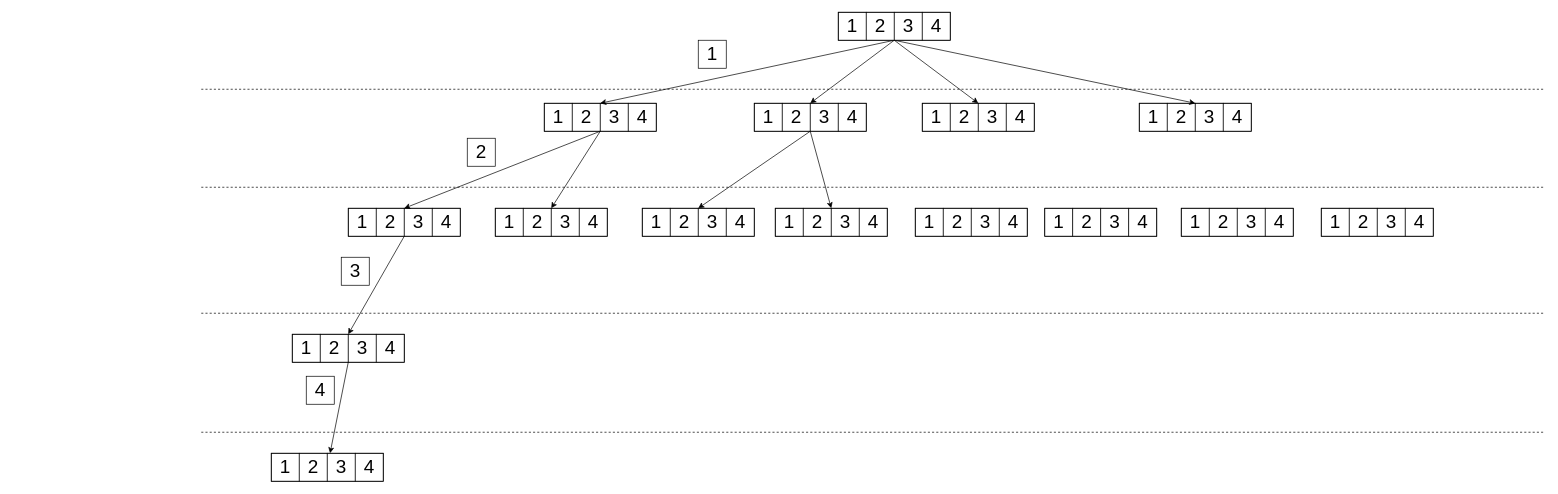
This is page "Solution_Space_Tree_Original" (4 of 4) of PCC_dynamic_selection.drawio from PQMeng/draw.io-source-files, a draw.io file, before an edit. Source tidied: cells renumbered, new cells numbered last; positions are measured from the earlier drawing's top-left corner, leaving out a move shared by most shapes. Both pictures are drawn from the tidied source at 70%, with x=0, y=0 at pixel (201, 12).
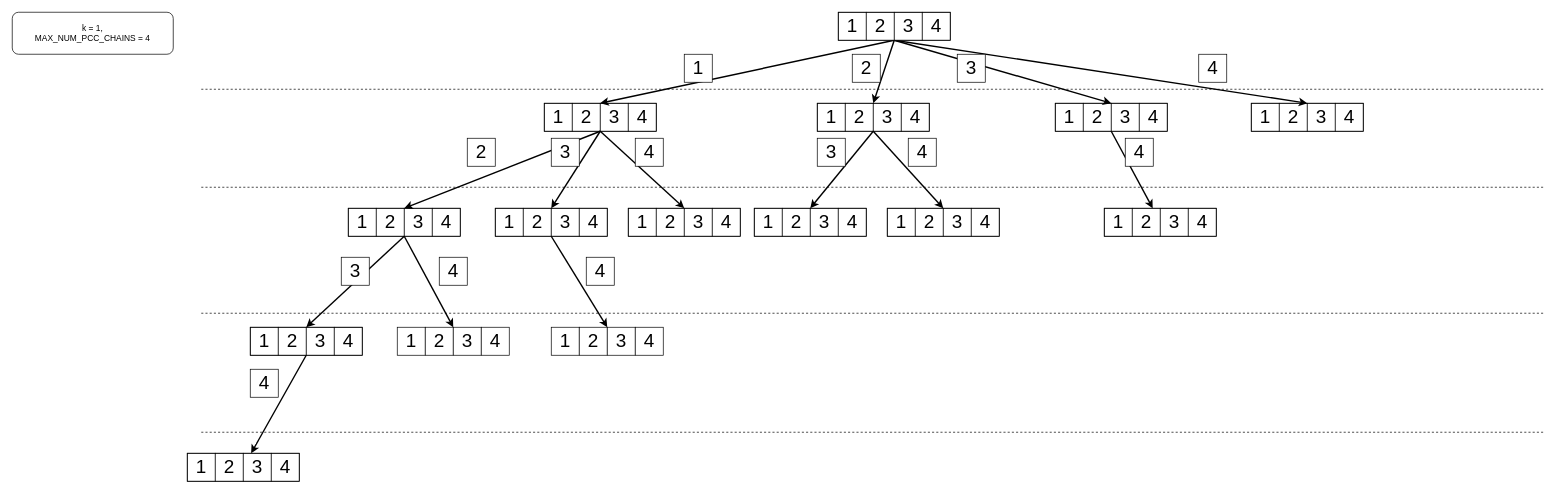
After the change.

The change refers to these unchanged cells:
```xml
<mxCell id="7" style="rounded=0;whiteSpace=wrap;html=1;fillColor=none;" parent="2" vertex="1">
  <mxGeometry width="160" height="40" as="geometry" />
</mxCell>
<mxCell id="13" style="rounded=0;whiteSpace=wrap;html=1;fillColor=none;" parent="8" vertex="1">
  <mxGeometry width="160" height="40" as="geometry" />
</mxCell>
<mxCell id="19" style="rounded=0;whiteSpace=wrap;html=1;fillColor=none;" parent="14" vertex="1">
  <mxGeometry width="160" height="40" as="geometry" />
</mxCell>
<mxCell id="31" style="rounded=0;whiteSpace=wrap;html=1;fillColor=none;" parent="26" vertex="1">
  <mxGeometry width="160" height="40" as="geometry" />
</mxCell>
<mxCell id="37" style="rounded=0;whiteSpace=wrap;html=1;fillColor=none;" parent="32" vertex="1">
  <mxGeometry width="160" height="40" as="geometry" />
</mxCell>
<mxCell id="43" style="rounded=0;whiteSpace=wrap;html=1;fillColor=none;" parent="38" vertex="1">
  <mxGeometry width="160" height="40" as="geometry" />
</mxCell>
<mxCell id="49" style="rounded=0;whiteSpace=wrap;html=1;fillColor=none;" parent="44" vertex="1">
  <mxGeometry width="160" height="40" as="geometry" />
</mxCell>
<mxCell id="55" style="rounded=0;whiteSpace=wrap;html=1;fillColor=none;" parent="50" vertex="1">
  <mxGeometry width="160" height="40" as="geometry" />
</mxCell>
<mxCell id="61" style="rounded=0;whiteSpace=wrap;html=1;fillColor=none;" parent="56" vertex="1">
  <mxGeometry width="160" height="40" as="geometry" />
</mxCell>
<mxCell id="73" style="rounded=0;whiteSpace=wrap;html=1;fillColor=none;" parent="68" vertex="1">
  <mxGeometry width="160" height="40" as="geometry" />
</mxCell>
<mxCell id="94" style="rounded=0;whiteSpace=wrap;html=1;fillColor=none;" parent="1" vertex="1">
  <mxGeometry x="910" width="160" height="40" as="geometry" />
</mxCell>
<mxCell id="105" style="rounded=0;whiteSpace=wrap;html=1;fillColor=none;" parent="100" vertex="1">
  <mxGeometry width="160" height="40" as="geometry" />
</mxCell>
```

The edit, as a diff of the source:
```diff
@@
     <mxCell id="8" style="group;" parent="1" vertex="1">
-      <mxGeometry x="1340" y="130" width="160" height="40" as="geometry" />
+      <mxGeometry x="1500" y="130" width="160" height="40" as="geometry" />
     </mxCell>
@@
     <mxCell id="14" style="group;" parent="1" vertex="1">
-      <mxGeometry x="790" y="130" width="160" height="40" as="geometry" />
+      <mxGeometry x="880" y="130" width="160" height="40" as="geometry" />
     </mxCell>
@@
-    <mxCell id="20" style="group;" parent="1" vertex="1">
-      <mxGeometry x="1600" y="280" width="160" height="40" as="geometry" />
-    </mxCell>
-    <mxCell id="21" value="1" style="whiteSpace=wrap;html=1;fontSize=27;" parent="20" vertex="1">
-      <mxGeometry width="40" height="40" as="geometry" />
-    </mxCell>
-    <mxCell id="22" value="2" style="whiteSpace=wrap;html=1;fontSize=27;" parent="20" vertex="1">
-      <mxGeometry x="40" width="40" height="40" as="geometry" />
-    </mxCell>
-    <mxCell id="23" value="3" style="whiteSpace=wrap;html=1;fontSize=27;" parent="20" vertex="1">
-      <mxGeometry x="80" width="40" height="40" as="geometry" />
-    </mxCell>
-    <mxCell id="24" value="4" style="whiteSpace=wrap;html=1;fontSize=27;" parent="20" vertex="1">
-      <mxGeometry x="120" width="40" height="40" as="geometry" />
-    </mxCell>
-    <mxCell id="25" style="rounded=0;whiteSpace=wrap;html=1;fillColor=none;" parent="20" vertex="1">
-      <mxGeometry width="160" height="40" as="geometry" />
-    </mxCell>
@@
     <mxCell id="38" style="group;" parent="1" vertex="1">
-      <mxGeometry x="130" y="460" width="160" height="40" as="geometry" />
+      <mxGeometry x="70" y="450" width="160" height="40" as="geometry" />
     </mxCell>
@@
     <mxCell id="44" style="group;" parent="1" vertex="1">
-      <mxGeometry x="820" y="280" width="160" height="40" as="geometry" />
+      <mxGeometry x="980" y="280" width="160" height="40" as="geometry" />
     </mxCell>
@@
     <mxCell id="50" style="group;" parent="1" vertex="1">
-      <mxGeometry x="630" y="280" width="160" height="40" as="geometry" />
+      <mxGeometry x="790" y="280" width="160" height="40" as="geometry" />
     </mxCell>
@@
     <mxCell id="56" style="group;" parent="1" vertex="1">
-      <mxGeometry x="1020" y="280" width="160" height="40" as="geometry" />
+      <mxGeometry x="1290" y="280" width="160" height="40" as="geometry" />
     </mxCell>
@@
-    <mxCell id="62" style="group;" parent="1" vertex="1">
-      <mxGeometry x="1205" y="280" width="160" height="40" as="geometry" />
-    </mxCell>
-    <mxCell id="63" value="1" style="whiteSpace=wrap;html=1;fontSize=27;" parent="62" vertex="1">
-      <mxGeometry width="40" height="40" as="geometry" />
-    </mxCell>
-    <mxCell id="64" value="2" style="whiteSpace=wrap;html=1;fontSize=27;" parent="62" vertex="1">
-      <mxGeometry x="40" width="40" height="40" as="geometry" />
-    </mxCell>
-    <mxCell id="65" value="3" style="whiteSpace=wrap;html=1;fontSize=27;" parent="62" vertex="1">
-      <mxGeometry x="80" width="40" height="40" as="geometry" />
-    </mxCell>
-    <mxCell id="66" value="4" style="whiteSpace=wrap;html=1;fontSize=27;" parent="62" vertex="1">
-      <mxGeometry x="120" width="40" height="40" as="geometry" />
-    </mxCell>
-    <mxCell id="67" style="rounded=0;whiteSpace=wrap;html=1;fillColor=none;" parent="62" vertex="1">
-      <mxGeometry width="160" height="40" as="geometry" />
-    </mxCell>
     <mxCell id="68" style="group;" parent="1" vertex="1">
-      <mxGeometry x="1030" y="130" width="160" height="40" as="geometry" />
+      <mxGeometry x="1220" y="130" width="160" height="40" as="geometry" />
     </mxCell>
@@
-    <mxCell id="74" style="group;" parent="1" vertex="1">
-      <mxGeometry x="1400" y="280" width="160" height="40" as="geometry" />
-    </mxCell>
-    <mxCell id="75" value="1" style="whiteSpace=wrap;html=1;fontSize=27;" parent="74" vertex="1">
-      <mxGeometry width="40" height="40" as="geometry" />
-    </mxCell>
-    <mxCell id="76" value="2" style="whiteSpace=wrap;html=1;fontSize=27;" parent="74" vertex="1">
-      <mxGeometry x="40" width="40" height="40" as="geometry" />
-    </mxCell>
-    <mxCell id="77" value="3" style="whiteSpace=wrap;html=1;fontSize=27;" parent="74" vertex="1">
-      <mxGeometry x="80" width="40" height="40" as="geometry" />
-    </mxCell>
-    <mxCell id="78" value="4" style="whiteSpace=wrap;html=1;fontSize=27;" parent="74" vertex="1">
-      <mxGeometry x="120" width="40" height="40" as="geometry" />
-    </mxCell>
-    <mxCell id="79" style="rounded=0;whiteSpace=wrap;html=1;fillColor=none;" parent="74" vertex="1">
-      <mxGeometry width="160" height="40" as="geometry" />
-    </mxCell>
-    <mxCell id="80" style="edgeStyle=none;rounded=0;jettySize=auto;html=1;exitX=0.5;exitY=1;exitDx=0;exitDy=0;entryX=0.5;entryY=0;entryDx=0;entryDy=0;" parent="1" edge="1" source="94" target="7">
+    <mxCell id="80" style="edgeStyle=none;rounded=0;jettySize=auto;html=1;exitX=0.5;exitY=1;exitDx=0;exitDy=0;entryX=0.5;entryY=0;entryDx=0;entryDy=0;fontSize=11;strokeWidth=2;" parent="1" edge="1" source="94" target="7">
       <mxGeometry relative="1" as="geometry" />
     </mxCell>
-    <mxCell id="81" style="edgeStyle=none;rounded=0;jettySize=auto;html=1;exitX=0.5;exitY=1;exitDx=0;exitDy=0;entryX=0.5;entryY=0;entryDx=0;entryDy=0;" parent="1" edge="1" source="94" target="19">
+    <mxCell id="81" style="edgeStyle=none;rounded=0;jettySize=auto;html=1;exitX=0.5;exitY=1;exitDx=0;exitDy=0;entryX=0.5;entryY=0;entryDx=0;entryDy=0;fontSize=11;strokeWidth=2;" parent="1" edge="1" source="94" target="19">
       <mxGeometry relative="1" as="geometry" />
     </mxCell>
-    <mxCell id="82" style="edgeStyle=none;rounded=0;jettySize=auto;html=1;exitX=0.5;exitY=1;exitDx=0;exitDy=0;entryX=0.5;entryY=0;entryDx=0;entryDy=0;" parent="1" edge="1" source="94" target="73">
+    <mxCell id="82" style="edgeStyle=none;rounded=0;jettySize=auto;html=1;exitX=0.5;exitY=1;exitDx=0;exitDy=0;entryX=0.5;entryY=0;entryDx=0;entryDy=0;fontSize=11;strokeWidth=2;" parent="1" edge="1" source="94" target="73">
       <mxGeometry relative="1" as="geometry" />
     </mxCell>
-    <mxCell id="83" style="edgeStyle=none;rounded=0;jettySize=auto;html=1;exitX=0.5;exitY=1;exitDx=0;exitDy=0;entryX=0.5;entryY=0;entryDx=0;entryDy=0;" parent="1" edge="1" source="94" target="13">
+    <mxCell id="83" style="edgeStyle=none;rounded=0;jettySize=auto;html=1;exitX=0.5;exitY=1;exitDx=0;exitDy=0;entryX=0.5;entryY=0;entryDx=0;entryDy=0;fontSize=11;strokeWidth=2;" parent="1" edge="1" source="94" target="13">
       <mxGeometry relative="1" as="geometry" />
     </mxCell>
-    <mxCell id="84" style="edgeStyle=none;rounded=0;jettySize=auto;html=1;exitX=0.5;exitY=1;exitDx=0;exitDy=0;entryX=0.5;entryY=0;entryDx=0;entryDy=0;" parent="1" edge="1" source="7" target="31">
+    <mxCell id="84" style="edgeStyle=none;rounded=0;jettySize=auto;html=1;exitX=0.5;exitY=1;exitDx=0;exitDy=0;entryX=0.5;entryY=0;entryDx=0;entryDy=0;fontSize=11;strokeWidth=2;" parent="1" edge="1" source="7" target="31">
       <mxGeometry relative="1" as="geometry" />
     </mxCell>
-    <mxCell id="85" style="edgeStyle=none;rounded=0;jettySize=auto;html=1;exitX=0.5;exitY=1;exitDx=0;exitDy=0;entryX=0.5;entryY=0;entryDx=0;entryDy=0;" parent="1" edge="1" source="7" target="37">
+    <mxCell id="85" style="edgeStyle=none;rounded=0;jettySize=auto;html=1;exitX=0.5;exitY=1;exitDx=0;exitDy=0;entryX=0.5;entryY=0;entryDx=0;entryDy=0;fontSize=11;strokeWidth=2;" parent="1" edge="1" source="7" target="37">
       <mxGeometry relative="1" as="geometry" />
     </mxCell>
-    <mxCell id="86" style="edgeStyle=none;rounded=0;jettySize=auto;html=1;exitX=0.5;exitY=1;exitDx=0;exitDy=0;entryX=0.5;entryY=0;entryDx=0;entryDy=0;" parent="1" edge="1" source="19" target="55">
+    <mxCell id="86" style="edgeStyle=none;rounded=0;jettySize=auto;html=1;exitX=0.5;exitY=1;exitDx=0;exitDy=0;entryX=0.5;entryY=0;entryDx=0;entryDy=0;fontSize=11;strokeWidth=2;" parent="1" edge="1" source="19" target="55">
       <mxGeometry relative="1" as="geometry" />
     </mxCell>
-    <mxCell id="87" style="edgeStyle=none;rounded=0;jettySize=auto;html=1;exitX=0.5;exitY=1;exitDx=0;exitDy=0;entryX=0.5;entryY=0;entryDx=0;entryDy=0;" parent="1" edge="1" source="19" target="49">
+    <mxCell id="87" style="edgeStyle=none;rounded=0;jettySize=auto;html=1;exitX=0.5;exitY=1;exitDx=0;exitDy=0;entryX=0.5;entryY=0;entryDx=0;entryDy=0;fontSize=11;strokeWidth=2;" parent="1" edge="1" source="19" target="49">
       <mxGeometry relative="1" as="geometry" />
     </mxCell>
-    <mxCell id="88" style="edgeStyle=none;rounded=0;jettySize=auto;html=1;exitX=0.5;exitY=1;exitDx=0;exitDy=0;entryX=0.5;entryY=0;entryDx=0;entryDy=0;" parent="1" edge="1" source="31" target="43">
+    <mxCell id="88" style="edgeStyle=none;rounded=0;jettySize=auto;html=1;exitX=0.5;exitY=1;exitDx=0;exitDy=0;entryX=0.5;entryY=0;entryDx=0;entryDy=0;fontSize=11;strokeWidth=2;" parent="1" edge="1" source="31" target="43">
       <mxGeometry relative="1" as="geometry" />
     </mxCell>
@@
     <mxCell id="95" value="1" style="whiteSpace=wrap;html=1;strokeWidth=1;fontSize=27;" parent="1" vertex="1">
-      <mxGeometry x="710" y="40" width="40" height="40" as="geometry" />
+      <mxGeometry x="690" y="60" width="40" height="40" as="geometry" />
     </mxCell>
@@
     <mxCell id="100" style="group;" parent="1" vertex="1">
-      <mxGeometry x="100" y="630" width="160" height="40" as="geometry" />
+      <mxGeometry x="-20" y="630" width="160" height="40" as="geometry" />
     </mxCell>
@@
-    <mxCell id="106" style="edgeStyle=none;rounded=0;jettySize=auto;html=1;exitX=0.5;exitY=1;exitDx=0;exitDy=0;" parent="1" edge="1" source="43" target="105">
+    <mxCell id="106" style="edgeStyle=none;rounded=0;jettySize=auto;html=1;exitX=0.5;exitY=1;exitDx=0;exitDy=0;fontSize=11;strokeWidth=2;" parent="1" edge="1" source="43" target="105">
       <mxGeometry relative="1" as="geometry" />
     </mxCell>
     <mxCell id="107" value="4" style="whiteSpace=wrap;html=1;strokeWidth=1;fontSize=27;" parent="1" vertex="1">
-      <mxGeometry x="150" y="520" width="40" height="40" as="geometry" />
+      <mxGeometry x="70" y="510" width="40" height="40" as="geometry" />
     </mxCell>
@@
+    <mxCell id="109" value="&lt;div&gt;k = 1,&lt;/div&gt;&lt;div&gt;MAX_NUM_PCC_CHAINS = 4&lt;br&gt;&lt;/div&gt;" style="rounded=1;whiteSpace=wrap;html=1;" parent="1" vertex="1">
+      <mxGeometry x="-270" width="230" height="60" as="geometry" />
+    </mxCell>
+    <mxCell id="110" value="3" style="whiteSpace=wrap;html=1;strokeWidth=1;fontSize=27;" parent="1" vertex="1">
+      <mxGeometry x="500" y="180" width="40" height="40" as="geometry" />
+    </mxCell>
+    <mxCell id="111" value="2" style="whiteSpace=wrap;html=1;strokeWidth=1;fontSize=27;" parent="1" vertex="1">
+      <mxGeometry x="930" y="60" width="40" height="40" as="geometry" />
+    </mxCell>
+    <mxCell id="112" value="3" style="whiteSpace=wrap;html=1;strokeWidth=1;fontSize=27;" parent="1" vertex="1">
+      <mxGeometry x="1080" y="60" width="40" height="40" as="geometry" />
+    </mxCell>
+    <mxCell id="113" value="4" style="whiteSpace=wrap;html=1;strokeWidth=1;fontSize=27;" parent="1" vertex="1">
+      <mxGeometry x="1425" y="60" width="40" height="40" as="geometry" />
+    </mxCell>
+    <mxCell id="114" value="3" style="whiteSpace=wrap;html=1;strokeWidth=1;fontSize=27;" parent="1" vertex="1">
+      <mxGeometry x="880" y="180" width="40" height="40" as="geometry" />
+    </mxCell>
+    <mxCell id="115" value="4" style="whiteSpace=wrap;html=1;strokeWidth=1;fontSize=27;" parent="1" vertex="1">
+      <mxGeometry x="1010" y="180" width="40" height="40" as="geometry" />
+    </mxCell>
+    <mxCell id="116" style="edgeStyle=none;rounded=0;jettySize=auto;html=1;exitX=0.5;exitY=1;exitDx=0;exitDy=0;fontSize=11;strokeWidth=2;" parent="1" edge="1" source="73" target="61">
+      <mxGeometry relative="1" as="geometry" />
+    </mxCell>
+    <mxCell id="117" value="4" style="whiteSpace=wrap;html=1;strokeWidth=1;fontSize=27;" parent="1" vertex="1">
+      <mxGeometry x="1320" y="180" width="40" height="40" as="geometry" />
+    </mxCell>
+    <mxCell id="118" value="4" style="whiteSpace=wrap;html=1;strokeWidth=1;fontSize=27;" parent="1" vertex="1">
+      <mxGeometry x="550" y="350" width="40" height="40" as="geometry" />
+    </mxCell>
+    <mxCell id="119" style="group;" parent="1" vertex="1">
+      <mxGeometry x="280" y="450" width="160" height="40" as="geometry" />
+    </mxCell>
+    <mxCell id="120" value="1" style="whiteSpace=wrap;html=1;fontSize=27;" parent="119" vertex="1">
+      <mxGeometry width="40" height="40" as="geometry" />
+    </mxCell>
+    <mxCell id="121" value="2" style="whiteSpace=wrap;html=1;fontSize=27;" parent="119" vertex="1">
+      <mxGeometry x="40" width="40" height="40" as="geometry" />
+    </mxCell>
+    <mxCell id="122" style="edgeStyle=none;rounded=0;jettySize=auto;html=1;exitX=0;exitY=0.5;exitDx=0;exitDy=0;" parent="119" edge="1" source="123" target="121">
+      <mxGeometry relative="1" as="geometry" />
+    </mxCell>
+    <mxCell id="123" value="3" style="whiteSpace=wrap;html=1;fontSize=27;" parent="119" vertex="1">
+      <mxGeometry x="80" width="40" height="40" as="geometry" />
+    </mxCell>
+    <mxCell id="124" value="4" style="whiteSpace=wrap;html=1;fontSize=27;" parent="119" vertex="1">
+      <mxGeometry x="120" width="40" height="40" as="geometry" />
+    </mxCell>
+    <mxCell id="125" style="edgeStyle=none;rounded=0;jettySize=auto;html=1;exitX=0.5;exitY=1;exitDx=0;exitDy=0;entryX=1;entryY=0;entryDx=0;entryDy=0;fontSize=11;strokeWidth=2;" parent="1" edge="1" source="31" target="121">
+      <mxGeometry relative="1" as="geometry" />
+    </mxCell>
+    <mxCell id="126" value="4" style="whiteSpace=wrap;html=1;strokeWidth=1;fontSize=27;" parent="1" vertex="1">
+      <mxGeometry x="340" y="350" width="40" height="40" as="geometry" />
+    </mxCell>
+    <mxCell id="127" style="group;" parent="1" vertex="1">
+      <mxGeometry x="500" y="450" width="160" height="40" as="geometry" />
+    </mxCell>
+    <mxCell id="128" value="1" style="whiteSpace=wrap;html=1;fontSize=27;" parent="127" vertex="1">
+      <mxGeometry width="40" height="40" as="geometry" />
+    </mxCell>
+    <mxCell id="129" value="2" style="whiteSpace=wrap;html=1;fontSize=27;" parent="127" vertex="1">
+      <mxGeometry x="40" width="40" height="40" as="geometry" />
+    </mxCell>
+    <mxCell id="130" style="edgeStyle=none;rounded=0;jettySize=auto;html=1;exitX=0;exitY=0.5;exitDx=0;exitDy=0;" parent="127" edge="1" source="131" target="129">
+      <mxGeometry relative="1" as="geometry" />
+    </mxCell>
+    <mxCell id="131" value="3" style="whiteSpace=wrap;html=1;fontSize=27;" parent="127" vertex="1">
+      <mxGeometry x="80" width="40" height="40" as="geometry" />
+    </mxCell>
+    <mxCell id="132" value="4" style="whiteSpace=wrap;html=1;fontSize=27;" parent="127" vertex="1">
+      <mxGeometry x="120" width="40" height="40" as="geometry" />
+    </mxCell>
+    <mxCell id="133" style="edgeStyle=none;rounded=0;jettySize=auto;html=1;exitX=0.5;exitY=1;exitDx=0;exitDy=0;entryX=0;entryY=0;entryDx=0;entryDy=0;fontSize=11;strokeWidth=2;" parent="1" edge="1" source="37" target="131">
+      <mxGeometry relative="1" as="geometry" />
+    </mxCell>
+    <mxCell id="134" style="group;" parent="1" vertex="1">
+      <mxGeometry x="610" y="280" width="160" height="40" as="geometry" />
+    </mxCell>
+    <mxCell id="135" value="1" style="whiteSpace=wrap;html=1;fontSize=27;" parent="134" vertex="1">
+      <mxGeometry width="40" height="40" as="geometry" />
+    </mxCell>
+    <mxCell id="136" value="2" style="whiteSpace=wrap;html=1;fontSize=27;" parent="134" vertex="1">
+      <mxGeometry x="40" width="40" height="40" as="geometry" />
+    </mxCell>
+    <mxCell id="137" value="3" style="whiteSpace=wrap;html=1;fontSize=27;" parent="134" vertex="1">
+      <mxGeometry x="80" width="40" height="40" as="geometry" />
+    </mxCell>
+    <mxCell id="138" value="4" style="whiteSpace=wrap;html=1;fontSize=27;" parent="134" vertex="1">
+      <mxGeometry x="120" width="40" height="40" as="geometry" />
+    </mxCell>
+    <mxCell id="139" style="rounded=0;whiteSpace=wrap;html=1;fillColor=none;" parent="134" vertex="1">
+      <mxGeometry width="160" height="40" as="geometry" />
+    </mxCell>
+    <mxCell id="140" style="edgeStyle=none;rounded=0;jettySize=auto;html=1;exitX=0.5;exitY=1;exitDx=0;exitDy=0;entryX=0.5;entryY=0;entryDx=0;entryDy=0;fontSize=11;strokeWidth=2;" parent="1" edge="1" source="7" target="139">
+      <mxGeometry relative="1" as="geometry" />
+    </mxCell>
+    <mxCell id="141" value="4" style="whiteSpace=wrap;html=1;strokeWidth=1;fontSize=27;" parent="1" vertex="1">
+      <mxGeometry x="620" y="180" width="40" height="40" as="geometry" />
+    </mxCell>
```
